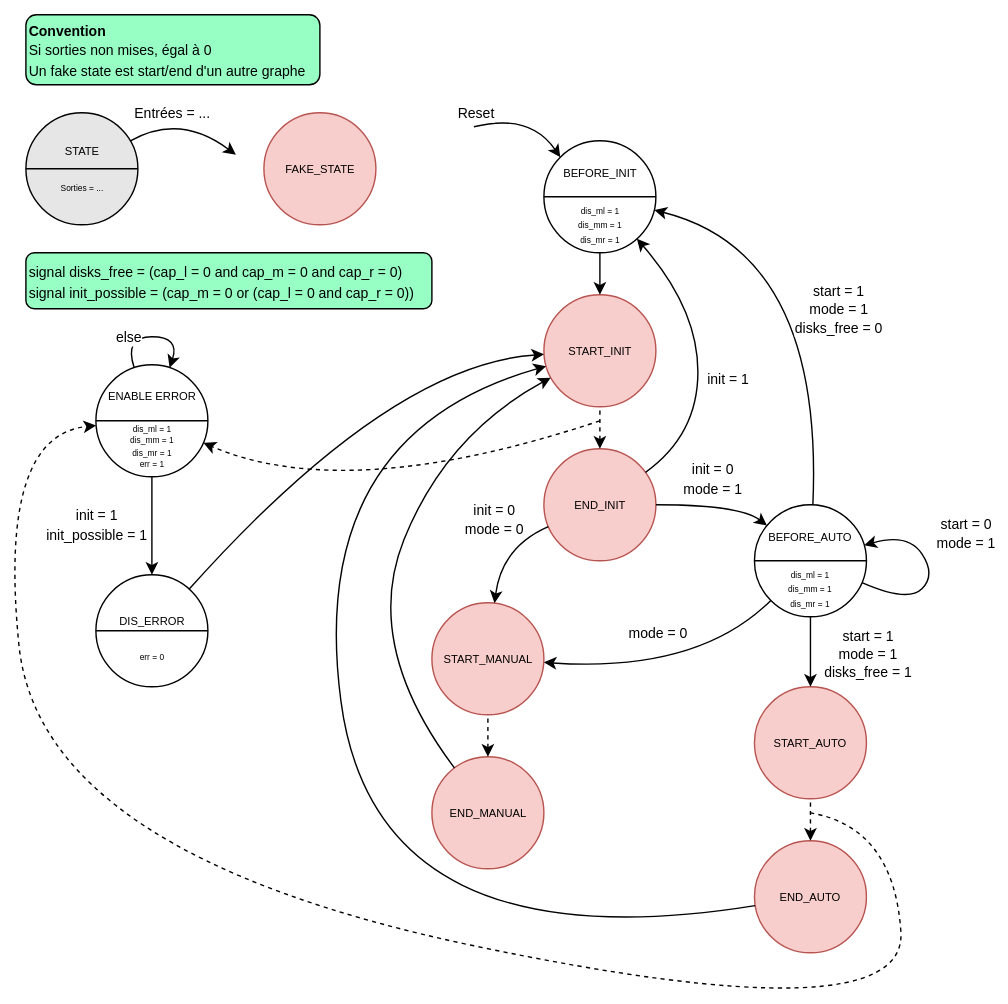
Before: doc/images/state_global.svg, a diagram exported from draw.io (Schokiiiiiiii/csn26). Source tidied: cells renumbered, new cells last; positions are measured from the earlier drawing's top-left corner, leaving out a move shared by most shapes.
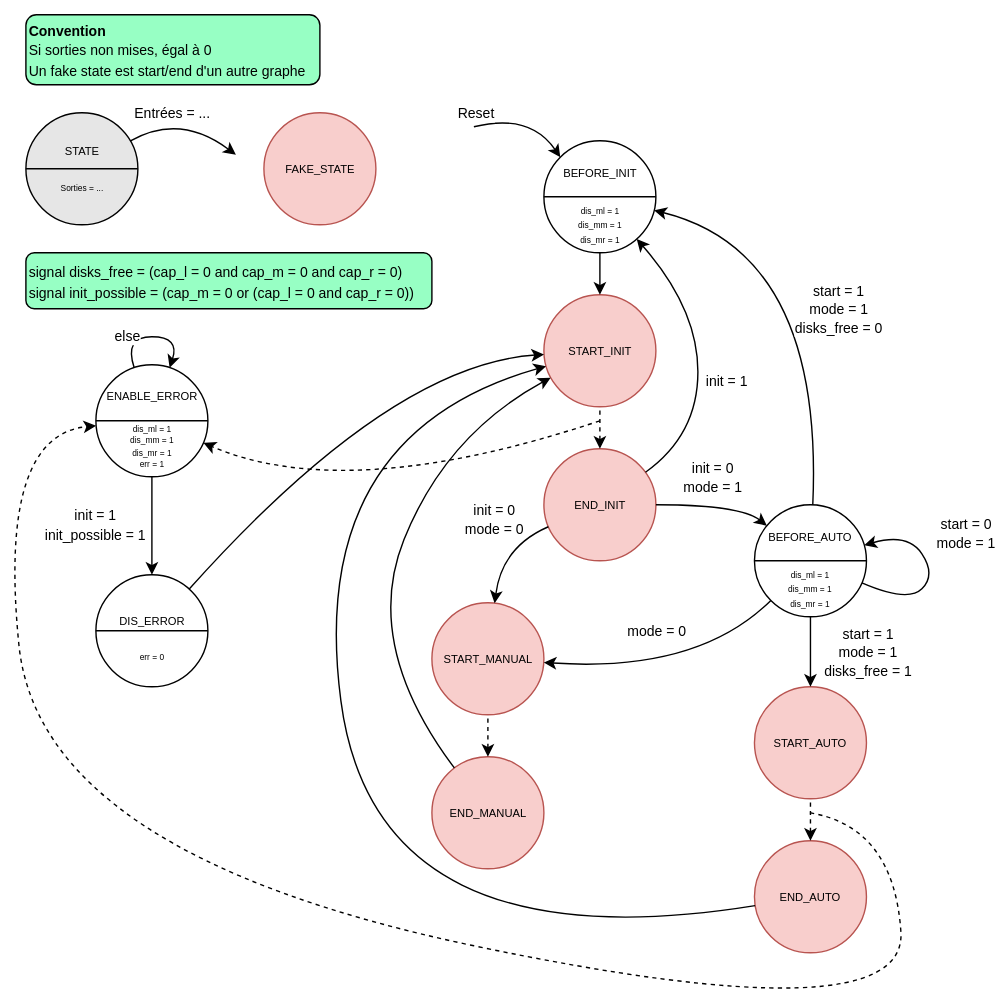
The same file after the commit.

Change to the diagram source:
```diff
@@ -159,7 +159,7 @@
         </Array>
       </mxGeometry>
     </mxCell>
-    <mxCell id="35" value="&lt;div style=&quot;line-height: 90%;&quot;&gt;&lt;br&gt;&lt;/div&gt;&lt;div style=&quot;line-height: 70%;&quot;&gt;&lt;font style=&quot;line-height: 90%;&quot;&gt;&lt;font style=&quot;font-size: 8px;&quot;&gt;ENABLE ERROR&lt;/font&gt;&lt;/font&gt;&lt;/div&gt;&lt;div style=&quot;line-height: 70%;&quot;&gt;&lt;span style=&quot;font-size: 8px;&quot;&gt;&lt;br&gt;&lt;/span&gt;&lt;div&gt;&lt;span&gt;&lt;font style=&quot;font-size: 6px; line-height: 70%;&quot;&gt;dis_ml = 1&lt;/font&gt;&lt;/span&gt;&lt;/div&gt;&lt;div&gt;&lt;span&gt;&lt;font style=&quot;font-size: 6px; line-height: 70%;&quot;&gt;dis_mm = 1&lt;/font&gt;&lt;/span&gt;&lt;/div&gt;&lt;div&gt;&lt;span&gt;&lt;font style=&quot;font-size: 6px; line-height: 70%;&quot;&gt;dis_mr = 1&lt;/font&gt;&lt;/span&gt;&lt;/div&gt;&lt;div&gt;&lt;span style=&quot;font-size: 6px;&quot;&gt;err = 1&lt;/span&gt;&lt;/div&gt;&lt;/div&gt;" style="ellipse;whiteSpace=wrap;html=1;" parent="1" vertex="1">
+    <mxCell id="35" value="&lt;div style=&quot;line-height: 90%;&quot;&gt;&lt;br&gt;&lt;/div&gt;&lt;div style=&quot;line-height: 70%;&quot;&gt;&lt;font style=&quot;line-height: 90%;&quot;&gt;&lt;font style=&quot;font-size: 8px;&quot;&gt;ENABLE_ERROR&lt;/font&gt;&lt;/font&gt;&lt;/div&gt;&lt;div style=&quot;line-height: 70%;&quot;&gt;&lt;span style=&quot;font-size: 8px;&quot;&gt;&lt;br&gt;&lt;/span&gt;&lt;div&gt;&lt;span&gt;&lt;font style=&quot;font-size: 6px; line-height: 70%;&quot;&gt;dis_ml = 1&lt;/font&gt;&lt;/span&gt;&lt;/div&gt;&lt;div&gt;&lt;span&gt;&lt;font style=&quot;font-size: 6px; line-height: 70%;&quot;&gt;dis_mm = 1&lt;/font&gt;&lt;/span&gt;&lt;/div&gt;&lt;div&gt;&lt;span&gt;&lt;font style=&quot;font-size: 6px; line-height: 70%;&quot;&gt;dis_mr = 1&lt;/font&gt;&lt;/span&gt;&lt;/div&gt;&lt;div&gt;&lt;span style=&quot;font-size: 6px;&quot;&gt;err = 1&lt;/span&gt;&lt;/div&gt;&lt;/div&gt;" style="ellipse;whiteSpace=wrap;html=1;" parent="1" vertex="1">
       <mxGeometry x="70" y="250" width="80" height="80" as="geometry" />
     </mxCell>
     <mxCell id="36" style="endArrow=none;html=1;rounded=0;exitX=0;exitY=0.5;exitDx=0;exitDy=0;entryX=1;entryY=0.5;entryDx=0;entryDy=0;" parent="1" edge="1" source="35" target="35">
```
